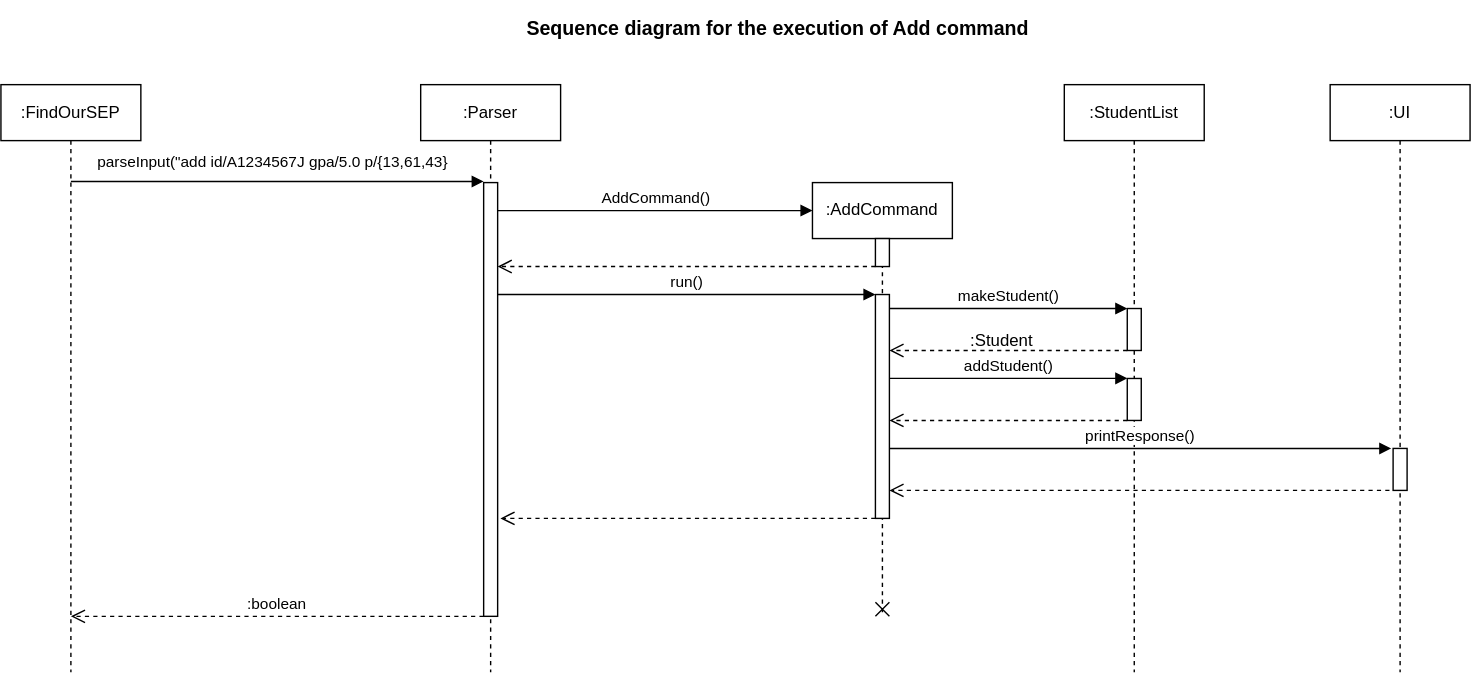
This is docs/UML_Diagrams/ParserSequence.drawio.svg from paulktham/tp, a draw.io export, as it was before one commit. Source tidied: cells renumbered, new cells last; positions are measured from the earlier drawing's top-left corner, leaving out a move shared by most shapes.
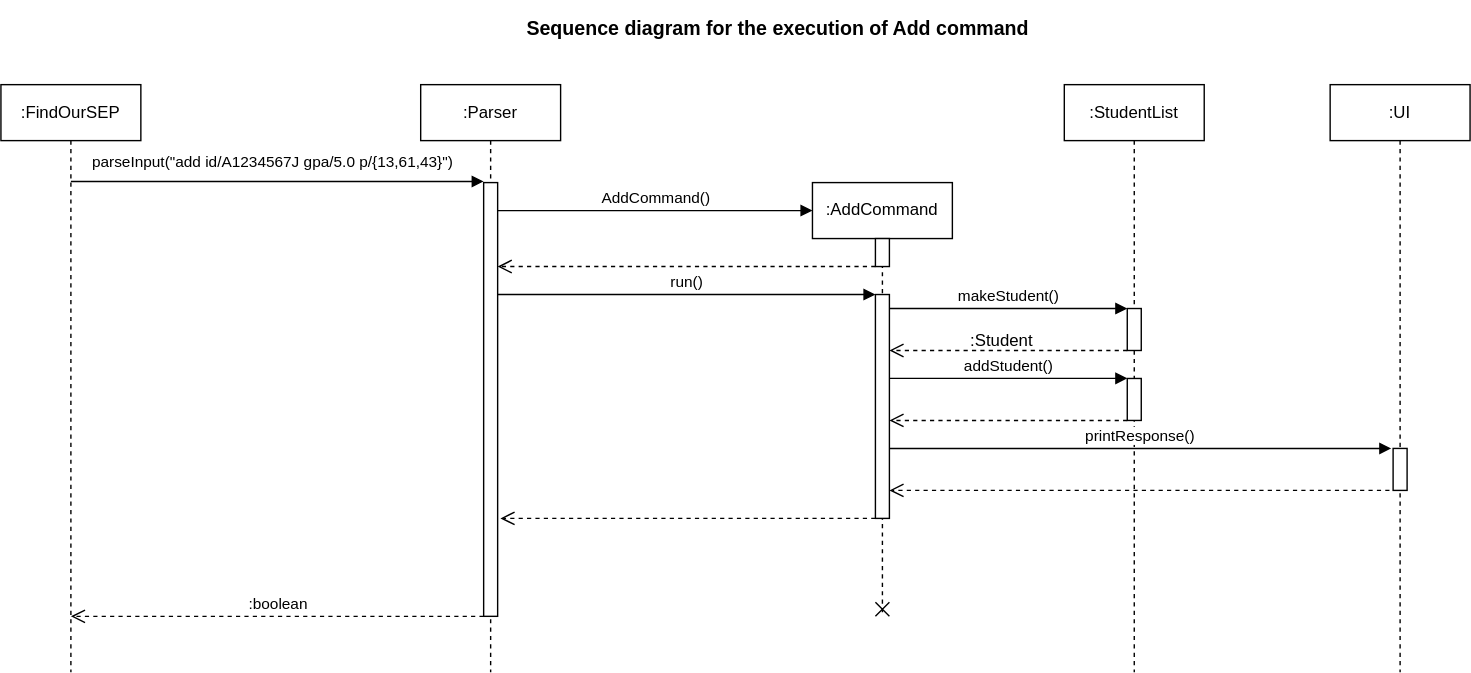
Later version of the same file.

Commit message:
Rectify small bug on Parser sequence diagram

What changed in the source:
```diff
@@ -98,7 +98,7 @@
     <mxCell id="25" style="shape=umlDestroy;whiteSpace=wrap;html=1;strokeWidth=1;targetShapes=umlLifeline;strokeColor=default;fillColor=default;" parent="1" vertex="1">
       <mxGeometry x="625" y="430" width="10" height="10" as="geometry" />
     </mxCell>
-    <mxCell id="26" value="parseInput(&quot;add id/A1234567J gpa/5.0 p/{13,61,43}" style="html=1;verticalAlign=bottom;endArrow=block;curved=0;rounded=0;entryX=0;entryY=0;entryDx=0;entryDy=5;" parent="1" edge="1">
+    <mxCell id="26" value="parseInput(&quot;add id/A1234567J gpa/5.0 p/{13,61,43}&quot;)" style="html=1;verticalAlign=bottom;endArrow=block;curved=0;rounded=0;entryX=0;entryY=0;entryDx=0;entryDy=5;" parent="1" edge="1">
       <mxGeometry x="-0.02" y="5" relative="1" as="geometry">
         <mxPoint x="50" y="129.2" as="sourcePoint" />
         <mxPoint x="345" y="129.2" as="targetPoint" />
```
